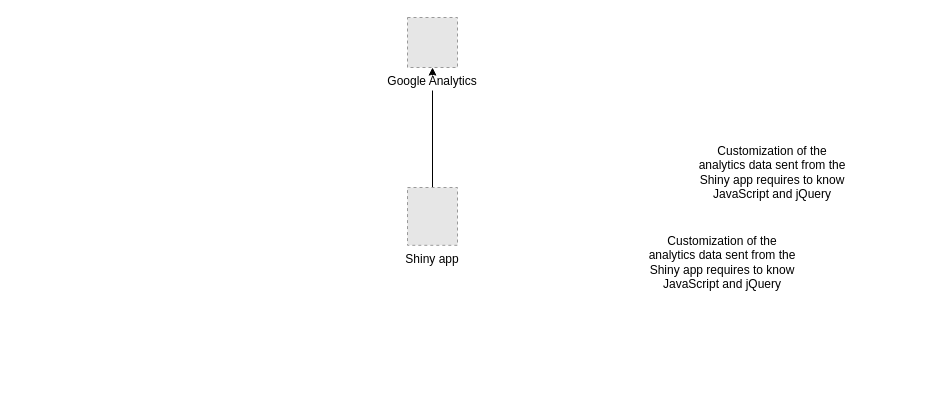
Earlier version of the draw.io diagram diagrams/iatlas-infra.drawio (Sage-Bionetworks/sage-monorepo). Source tidied: cells renumbered, new cells numbered last; positions are measured from the earlier drawing's top-left corner, leaving out a move shared by most shapes. Both pictures are drawn from the tidied source at 100%, with x=0, y=0 at pixel (407, 17). Pictures stored in the file or linked from it are replaced by grey dashed boxes.
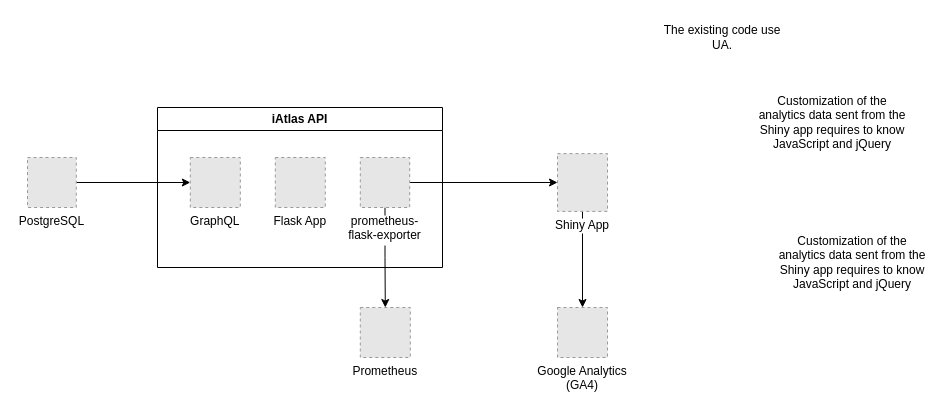
Above is the later version.

What changed in the source:
```diff
@@
 <mxGraphModel>
   <root>
     <mxCell id="0" />
     <mxCell id="1" parent="0" />
+    <mxCell id="7" value="Prometheus" style="fillColor=#E6E6E6;strokeColor=#999999;dashed=1;verticalLabelPosition=bottom;labelBackgroundColor=default;verticalAlign=top;" parent="1" vertex="1">
+      <mxGeometry x="-47.2" y="290" width="50" height="50" as="geometry" />
+    </mxCell>
-    <mxCell id="2" style="edgeStyle=orthogonalEdgeStyle;rounded=0;jettySize=auto;html=1;" parent="1" edge="1" source="3" target="4">
+    <mxCell id="2" style="edgeStyle=orthogonalEdgeStyle;rounded=0;jettySize=auto;html=1;entryX=0.5;entryY=0;entryDx=0;entryDy=0;" parent="1" edge="1" source="3" target="4">
       <mxGeometry relative="1" as="geometry" />
     </mxCell>
-    <mxCell id="3" value="Shiny app" style="fillColor=#E6E6E6;strokeColor=#999999;dashed=1;verticalLabelPosition=bottom;labelBackgroundColor=default;verticalAlign=top;" parent="1" vertex="1">
-      <mxGeometry y="170" width="50" height="57.8" as="geometry" />
+    <mxCell id="3" value="Shiny App" style="fillColor=#E6E6E6;strokeColor=#999999;dashed=1;verticalLabelPosition=bottom;labelBackgroundColor=default;verticalAlign=top;" parent="1" vertex="1">
+      <mxGeometry x="150" y="136.1" width="50" height="57.8" as="geometry" />
     </mxCell>
-    <mxCell id="4" value="Google Analytics" style="fillColor=#E6E6E6;strokeColor=#999999;dashed=1;verticalLabelPosition=bottom;labelBackgroundColor=default;verticalAlign=top;" parent="1" vertex="1">
-      <mxGeometry width="50" height="50" as="geometry" />
+    <mxCell id="4" value="Google Analytics&#10;(GA4)" style="fillColor=#E6E6E6;strokeColor=#999999;dashed=1;verticalLabelPosition=bottom;labelBackgroundColor=default;verticalAlign=top;" parent="1" vertex="1">
+      <mxGeometry x="150" y="290" width="50" height="50" as="geometry" />
     </mxCell>
     <mxCell id="5" value="&lt;div&gt;Customization of the analytics data sent from the Shiny app requires to know JavaScript and jQuery&lt;br&gt;&lt;/div&gt;" style="text;strokeColor=none;align=center;fillColor=none;html=1;verticalAlign=middle;whiteSpace=wrap;rounded=0;" parent="1" vertex="1">
-      <mxGeometry x="290" y="100" width="150" height="110" as="geometry" />
+      <mxGeometry x="350" y="50" width="150" height="110" as="geometry" />
     </mxCell>
     <mxCell id="6" value="&lt;div&gt;Customization of the analytics data sent from the Shiny app requires to know JavaScript and jQuery&lt;br&gt;&lt;/div&gt;" style="text;strokeColor=none;align=center;fillColor=none;html=1;verticalAlign=middle;whiteSpace=wrap;rounded=0;" parent="1" vertex="1">
-      <mxGeometry x="240" y="190" width="150" height="110" as="geometry" />
+      <mxGeometry x="370" y="190" width="150" height="110" as="geometry" />
     </mxCell>
+    <mxCell id="8" value="The existing code use UA." style="text;strokeColor=none;align=center;fillColor=none;html=1;verticalAlign=middle;whiteSpace=wrap;rounded=0;" parent="1" vertex="1">
+      <mxGeometry x="255" width="120" height="40" as="geometry" />
+    </mxCell>
+    <mxCell id="9" style="edgeStyle=orthogonalEdgeStyle;rounded=0;jettySize=auto;html=1;entryX=0;entryY=0.5;entryDx=0;entryDy=0;" parent="1" edge="1" source="10" target="14">
+      <mxGeometry relative="1" as="geometry" />
+    </mxCell>
+    <mxCell id="10" value="PostgreSQL" style="fillColor=#E6E6E6;strokeColor=#999999;dashed=1;verticalLabelPosition=bottom;labelBackgroundColor=default;verticalAlign=top;" parent="1" vertex="1">
+      <mxGeometry x="-380" y="140" width="48.8" height="50" as="geometry" />
+    </mxCell>
+    <mxCell id="11" style="edgeStyle=orthogonalEdgeStyle;rounded=0;jettySize=auto;html=1;entryX=0;entryY=0.5;entryDx=0;entryDy=0;" parent="1" edge="1" source="16" target="3">
+      <mxGeometry relative="1" as="geometry" />
+    </mxCell>
+    <mxCell id="12" style="edgeStyle=orthogonalEdgeStyle;rounded=0;jettySize=auto;html=1;entryX=0.5;entryY=0;entryDx=0;entryDy=0;" parent="1" edge="1" source="16" target="7">
+      <mxGeometry relative="1" as="geometry" />
+    </mxCell>
+    <mxCell id="13" value="iAtlas API" style="swimlane;whiteSpace=wrap;html=1;" parent="1" vertex="1">
+      <mxGeometry x="-250" y="90" width="285" height="160" as="geometry" />
+    </mxCell>
+    <mxCell id="14" value="GraphQL" style="fillColor=#E6E6E6;strokeColor=#999999;dashed=1;verticalLabelPosition=bottom;labelBackgroundColor=default;verticalAlign=top;" parent="13" vertex="1">
+      <mxGeometry x="32.8" y="50" width="50" height="50" as="geometry" />
+    </mxCell>
+    <mxCell id="15" value="Flask App" style="fillColor=#E6E6E6;strokeColor=#999999;dashed=1;verticalLabelPosition=bottom;labelBackgroundColor=default;verticalAlign=top;" parent="13" vertex="1">
+      <mxGeometry x="117.8" y="50" width="50" height="50" as="geometry" />
+    </mxCell>
+    <mxCell id="16" value="prometheus-&#10;flask-exporter" style="fillColor=#E6E6E6;strokeColor=#999999;dashed=1;verticalLabelPosition=bottom;labelBackgroundColor=default;verticalAlign=top;" parent="13" vertex="1">
+      <mxGeometry x="202.8" y="50" width="49.4" height="50" as="geometry" />
+    </mxCell>
   </root>
 </mxGraphModel>
```
